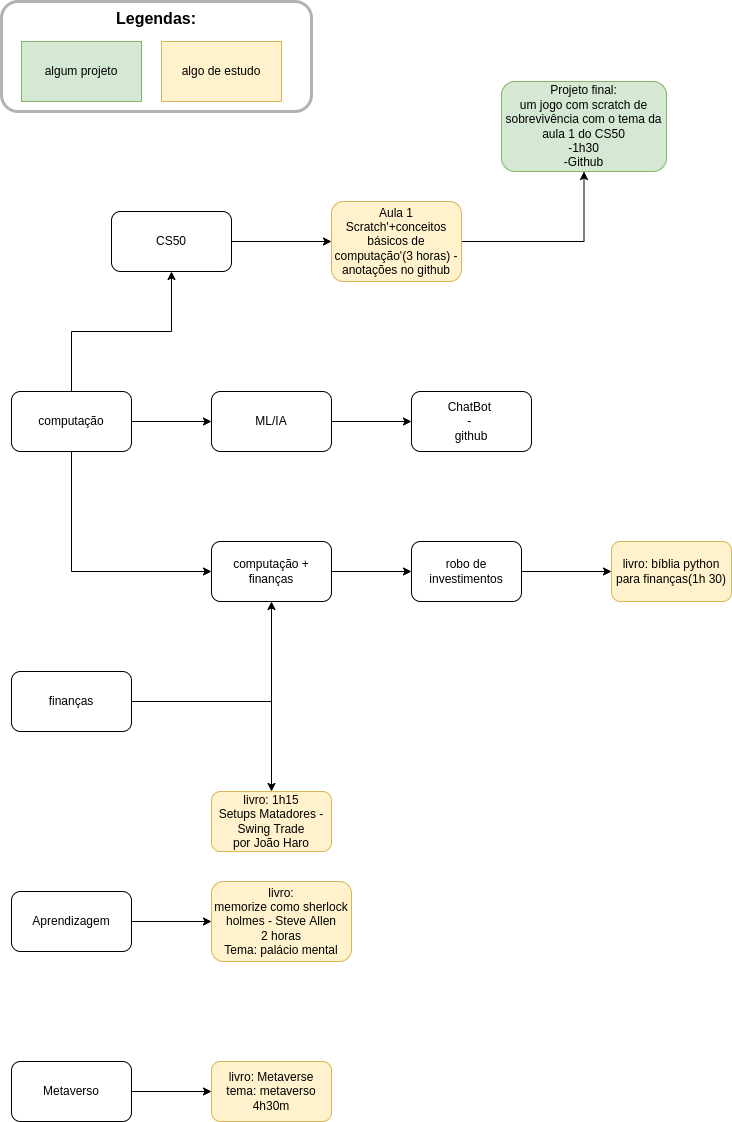
Earlier version of the draw.io export mystudies.drawio.png (gu-nog/my-studies). Source tidied: cells renumbered, new cells last; positions are measured from the earlier drawing's top-left corner, leaving out a move shared by most shapes.
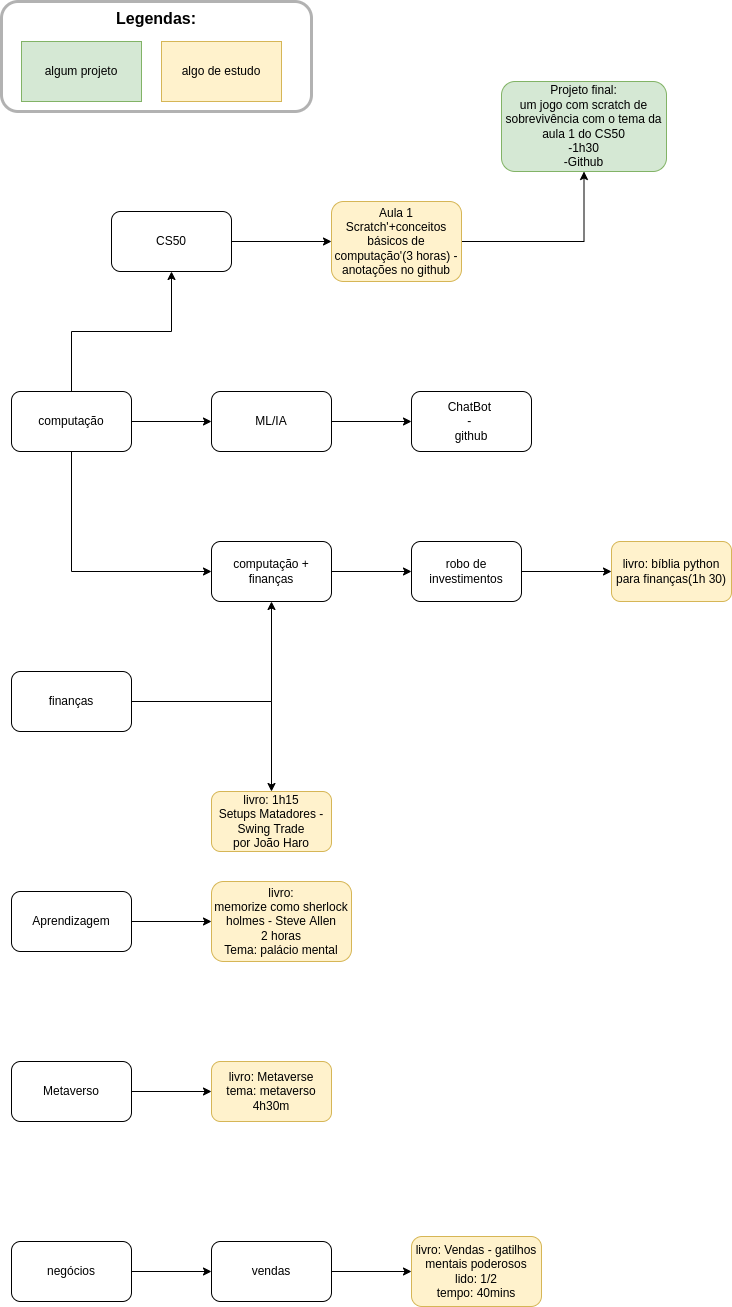
The same file after the commit.

Change to the diagram source:
```diff
@@ -96,5 +96,20 @@
     <mxCell id="31" value="livro: Metaverse&lt;br&gt;tema: metaverso&lt;br&gt;4h30m" style="whiteSpace=wrap;html=1;rounded=1;fillColor=#fff2cc;strokeColor=#d6b656;" parent="1" vertex="1">
       <mxGeometry x="210" y="1060" width="120" height="60" as="geometry" />
     </mxCell>
+    <mxCell id="32" style="edgeStyle=orthogonalEdgeStyle;rounded=0;jettySize=auto;html=1;" parent="1" edge="1" source="33" target="35">
+      <mxGeometry relative="1" as="geometry" />
+    </mxCell>
+    <mxCell id="33" value="negócios" style="rounded=1;whiteSpace=wrap;html=1;" parent="1" vertex="1">
+      <mxGeometry x="10" y="1240" width="120" height="60" as="geometry" />
+    </mxCell>
+    <mxCell id="34" style="edgeStyle=orthogonalEdgeStyle;rounded=0;jettySize=auto;html=1;" parent="1" edge="1" source="35" target="36">
+      <mxGeometry relative="1" as="geometry" />
+    </mxCell>
+    <mxCell id="35" value="vendas" style="whiteSpace=wrap;html=1;rounded=1;" parent="1" vertex="1">
+      <mxGeometry x="210" y="1240" width="120" height="60" as="geometry" />
+    </mxCell>
+    <mxCell id="36" value="livro: Vendas - gatilhos mentais poderosos&lt;br&gt;lido: 1/2&lt;br&gt;tempo: 40mins" style="whiteSpace=wrap;html=1;rounded=1;fillColor=#fff2cc;strokeColor=#d6b656;" parent="1" vertex="1">
+      <mxGeometry x="410" y="1235" width="130" height="70" as="geometry" />
+    </mxCell>
   </root>
 </mxGraphModel>
```
